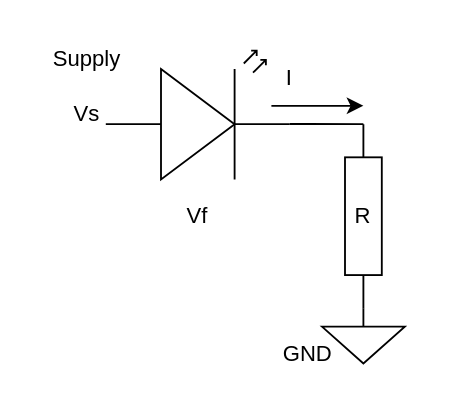
Above: original_assets/LED-current.drawio in aweijnitz/synth-calculators (draw.io), before the change. Source tidied: cells renumbered, new cells numbered last; positions are measured from the earlier drawing's top-left corner, leaving out a move shared by most shapes. Both pictures are drawn from the tidied source at 184%, with x=0, y=0 at pixel (31, 31).
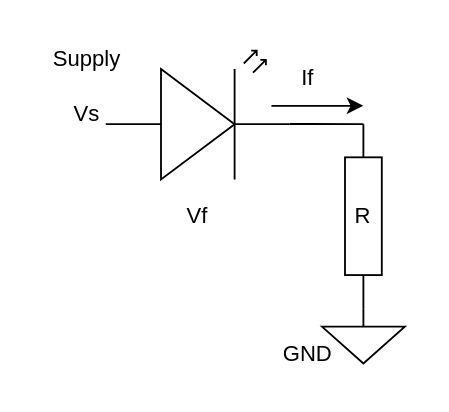
Above is the later version.

Commit message (it also covers changes not shown here):
Adds LED current illustration to LED current calculator

The edit, as a diff of the source:
```diff
@@
 <mxGraphModel>
   <root>
     <mxCell id="0" />
     <mxCell id="1" parent="0" />
     <mxCell id="2" style="edgeStyle=orthogonalEdgeStyle;rounded=0;jettySize=auto;html=1;entryX=0;entryY=0.5;entryDx=0;entryDy=0;entryPerimeter=0;exitX=1;exitY=0.57;exitDx=0;exitDy=0;exitPerimeter=0;endArrow=none;endFill=0;" parent="1" edge="1" source="3" target="4">
       <mxGeometry relative="1" as="geometry">
         <Array as="points">
           <mxPoint x="150" y="50" />
           <mxPoint x="150" y="50" />
         </Array>
       </mxGeometry>
     </mxCell>
     <mxCell id="3" style="verticalLabelPosition=bottom;shadow=0;dashed=0;align=center;html=1;verticalAlign=top;shape=mxgraph.electrical.opto_electronics.led_2;" parent="1" vertex="1">
       <mxGeometry x="40" y="10" width="100" height="70" as="geometry" />
     </mxCell>
     <mxCell id="4" style="verticalLabelPosition=bottom;shadow=0;dashed=0;align=center;html=1;verticalAlign=top;shape=mxgraph.electrical.resistors.resistor_1;direction=south;" parent="1" vertex="1">
       <mxGeometry x="170" y="50" width="20" height="100" as="geometry" />
     </mxCell>
     <mxCell id="5" style="verticalLabelPosition=bottom;shadow=0;dashed=0;align=center;html=1;verticalAlign=top;shape=mxgraph.electrical.signal_sources.signal_ground;" parent="1" vertex="1">
       <mxGeometry x="157.5" y="150" width="45" height="30" as="geometry" />
     </mxCell>
     <mxCell id="6" value="R" style="text;html=1;whiteSpace=wrap;strokeColor=none;fillColor=none;align=center;verticalAlign=middle;rounded=0;" parent="1" vertex="1">
       <mxGeometry x="150" y="85" width="60" height="30" as="geometry" />
     </mxCell>
     <mxCell id="7" value="Vf" style="text;html=1;whiteSpace=wrap;strokeColor=none;fillColor=none;align=center;verticalAlign=middle;rounded=0;" parent="1" vertex="1">
       <mxGeometry x="60" y="85" width="60" height="30" as="geometry" />
     </mxCell>
     <mxCell id="8" value="Vs" style="text;html=1;whiteSpace=wrap;strokeColor=none;fillColor=none;align=center;verticalAlign=middle;rounded=0;" parent="1" vertex="1">
       <mxGeometry y="30" width="60" height="30" as="geometry" />
     </mxCell>
     <mxCell id="9" value="Supply" style="text;html=1;whiteSpace=wrap;strokeColor=none;fillColor=none;align=center;verticalAlign=middle;rounded=0;" parent="1" vertex="1">
       <mxGeometry width="60" height="30" as="geometry" />
     </mxCell>
     <mxCell id="10" value="GND" style="text;html=1;whiteSpace=wrap;strokeColor=none;fillColor=none;align=center;verticalAlign=middle;rounded=0;" parent="1" vertex="1">
       <mxGeometry x="120" y="160" width="60" height="30" as="geometry" />
     </mxCell>
     <mxCell id="11" style="endArrow=classic;html=1;rounded=0;" parent="1" edge="1">
       <mxGeometry relative="1" as="geometry">
         <mxPoint x="130" y="40" as="sourcePoint" />
         <mxPoint x="180" y="40" as="targetPoint" />
       </mxGeometry>
     </mxCell>
-    <mxCell id="12" value="I" style="text;html=1;whiteSpace=wrap;strokeColor=none;fillColor=none;align=center;verticalAlign=middle;rounded=0;" parent="1" vertex="1">
-      <mxGeometry x="110" y="10" width="60" height="30" as="geometry" />
+    <mxCell id="12" value="If" style="text;html=1;whiteSpace=wrap;strokeColor=none;fillColor=none;align=center;verticalAlign=middle;rounded=0;" parent="1" vertex="1">
+      <mxGeometry x="120" y="10" width="60" height="30" as="geometry" />
     </mxCell>
   </root>
 </mxGraphModel>
```
